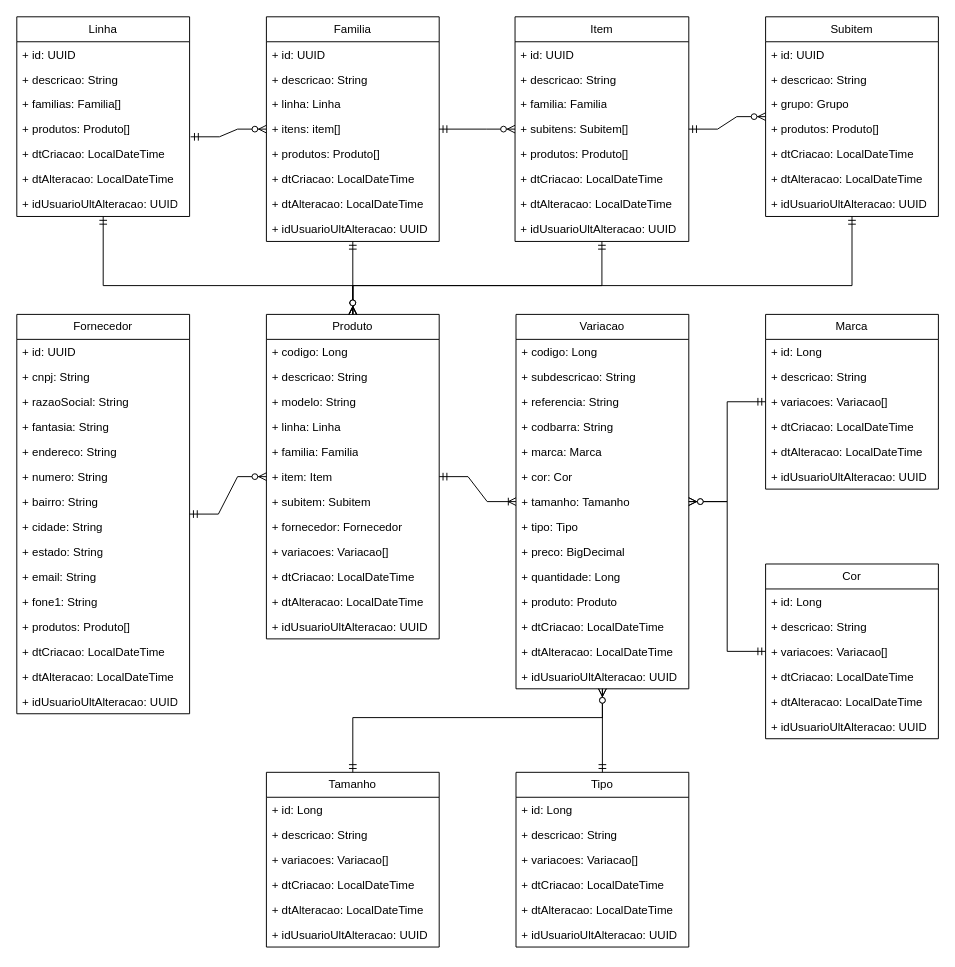
The draw.io diagram documentacao/diagramas/classe/produto/produto.drawio in augustocesarsousa/ecommerce, before the edit. Source tidied: cells renumbered, new cells numbered last; positions are measured from the earlier drawing's top-left corner, leaving out a move shared by most shapes. Both pictures are drawn from the tidied source at 96%, with x=0, y=0 at pixel (16, 16).
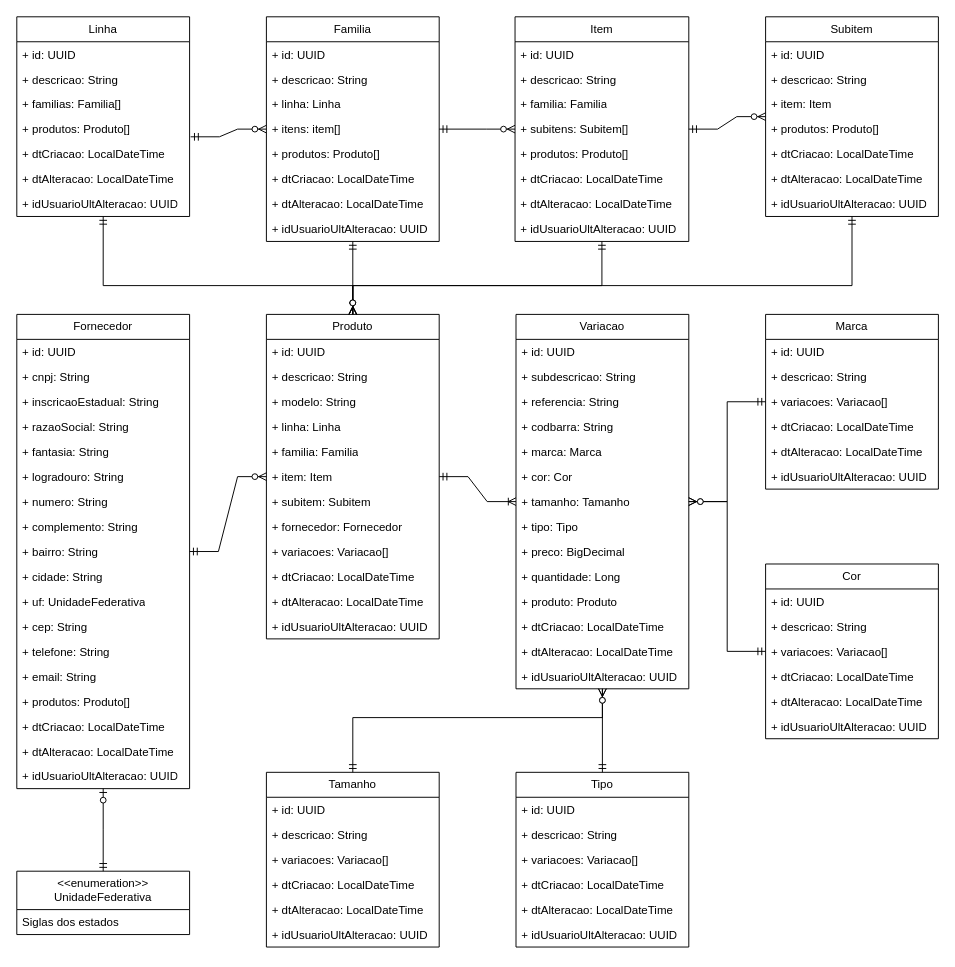
The same page after the edit.

Commit message (it also covers changes not shown here):
docs(ms-produto): adiciona diagrama de classe da classe produto

The change refers to these unchanged cells:
```xml
<mxCell id="28" value="Subitem" style="swimlane;fontStyle=0;horizontal=1;startSize=26;fillColor=none;whiteSpace=wrap;html=1;" parent="1" vertex="1">
  <mxGeometry x="780" width="180" height="208" as="geometry" />
</mxCell>
<mxCell id="36" value="Marca" style="swimlane;fontStyle=0;horizontal=1;startSize=26;fillColor=none;whiteSpace=wrap;html=1;" parent="1" vertex="1">
  <mxGeometry x="780" y="310" width="180" height="182" as="geometry" />
</mxCell>
<mxCell id="59" value="Cor" style="swimlane;fontStyle=0;horizontal=1;startSize=26;fillColor=none;whiteSpace=wrap;html=1;" parent="1" vertex="1">
  <mxGeometry x="780" y="570" width="180" height="182" as="geometry" />
</mxCell>
<mxCell id="66" value="Tamanho" style="swimlane;fontStyle=0;horizontal=1;startSize=26;fillColor=none;whiteSpace=wrap;html=1;" parent="1" vertex="1">
  <mxGeometry x="260" y="787" width="180" height="182" as="geometry" />
</mxCell>
<mxCell id="73" value="Produto" style="swimlane;fontStyle=0;horizontal=1;startSize=26;fillColor=none;whiteSpace=wrap;html=1;" parent="1" vertex="1">
  <mxGeometry x="260" y="310" width="180" height="338" as="geometry" />
</mxCell>
<mxCell id="86" value="Tipo" style="swimlane;fontStyle=0;horizontal=1;startSize=26;fillColor=none;whiteSpace=wrap;html=1;" parent="1" vertex="1">
  <mxGeometry x="520" y="787" width="180" height="182" as="geometry" />
</mxCell>
<mxCell id="93" value="Variacao" style="swimlane;fontStyle=0;horizontal=1;startSize=26;fillColor=none;whiteSpace=wrap;html=1;" parent="1" vertex="1">
  <mxGeometry x="520" y="310" width="180" height="390" as="geometry" />
</mxCell>
```

Change to the diagram source:
```diff
@@
-    <mxCell id="31" value="+ grupo: Grupo" style="text;strokeColor=none;fillColor=none;align=left;verticalAlign=top;spacingLeft=4;spacingRight=4;overflow=hidden;whiteSpace=wrap;html=1;" parent="28" vertex="1">
+    <mxCell id="31" value="+ item: Item" style="text;strokeColor=none;fillColor=none;align=left;verticalAlign=top;spacingLeft=4;spacingRight=4;overflow=hidden;whiteSpace=wrap;html=1;" parent="28" vertex="1">
       <mxGeometry y="78" width="180" height="26" as="geometry" />
     </mxCell>
@@
-    <mxCell id="37" value="+ id: Long" style="text;strokeColor=none;fillColor=none;align=left;verticalAlign=top;spacingLeft=4;spacingRight=4;overflow=hidden;whiteSpace=wrap;html=1;" parent="36" vertex="1">
+    <mxCell id="37" value="+ id: UUID" style="text;strokeColor=none;fillColor=none;align=left;verticalAlign=top;spacingLeft=4;spacingRight=4;overflow=hidden;whiteSpace=wrap;html=1;" parent="36" vertex="1">
       <mxGeometry y="26" width="180" height="26" as="geometry" />
     </mxCell>
@@
     <mxCell id="43" value="Fornecedor" style="swimlane;fontStyle=0;horizontal=1;startSize=26;fillColor=none;whiteSpace=wrap;html=1;" parent="1" vertex="1">
-      <mxGeometry y="310" width="180" height="416" as="geometry" />
+      <mxGeometry y="310" width="180" height="494" as="geometry" />
     </mxCell>
@@
+    <mxCell id="121" value="+ inscricaoEstadual: String" style="text;strokeColor=none;fillColor=none;align=left;verticalAlign=top;spacingLeft=4;spacingRight=4;overflow=hidden;whiteSpace=wrap;html=1;" parent="43" vertex="1">
+      <mxGeometry y="78" width="180" height="26" as="geometry" />
+    </mxCell>
     <mxCell id="46" value="+ razaoSocial: String" style="text;strokeColor=none;fillColor=none;align=left;verticalAlign=top;spacingLeft=4;spacingRight=4;overflow=hidden;whiteSpace=wrap;html=1;" parent="43" vertex="1">
-      <mxGeometry y="78" width="180" height="26" as="geometry" />
+      <mxGeometry y="104" width="180" height="26" as="geometry" />
     </mxCell>
     <mxCell id="47" value="+ fantasia: String" style="text;strokeColor=none;fillColor=none;align=left;verticalAlign=top;spacingLeft=4;spacingRight=4;overflow=hidden;whiteSpace=wrap;html=1;" parent="43" vertex="1">
-      <mxGeometry y="104" width="180" height="26" as="geometry" />
+      <mxGeometry y="130" width="180" height="26" as="geometry" />
     </mxCell>
-    <mxCell id="48" value="+ endereco: String" style="text;strokeColor=none;fillColor=none;align=left;verticalAlign=top;spacingLeft=4;spacingRight=4;overflow=hidden;whiteSpace=wrap;html=1;" parent="43" vertex="1">
-      <mxGeometry y="130" width="180" height="26" as="geometry" />
+    <mxCell id="48" value="+ logradouro: String" style="text;strokeColor=none;fillColor=none;align=left;verticalAlign=top;spacingLeft=4;spacingRight=4;overflow=hidden;whiteSpace=wrap;html=1;" parent="43" vertex="1">
+      <mxGeometry y="156" width="180" height="26" as="geometry" />
     </mxCell>
     <mxCell id="49" value="+ numero: String" style="text;strokeColor=none;fillColor=none;align=left;verticalAlign=top;spacingLeft=4;spacingRight=4;overflow=hidden;whiteSpace=wrap;html=1;" parent="43" vertex="1">
-      <mxGeometry y="156" width="180" height="26" as="geometry" />
+      <mxGeometry y="182" width="180" height="26" as="geometry" />
     </mxCell>
+    <mxCell id="122" value="+ complemento: String" style="text;strokeColor=none;fillColor=none;align=left;verticalAlign=top;spacingLeft=4;spacingRight=4;overflow=hidden;whiteSpace=wrap;html=1;" parent="43" vertex="1">
+      <mxGeometry y="208" width="180" height="26" as="geometry" />
+    </mxCell>
     <mxCell id="50" value="+ bairro: String" style="text;strokeColor=none;fillColor=none;align=left;verticalAlign=top;spacingLeft=4;spacingRight=4;overflow=hidden;whiteSpace=wrap;html=1;" parent="43" vertex="1">
-      <mxGeometry y="182" width="180" height="26" as="geometry" />
+      <mxGeometry y="234" width="180" height="26" as="geometry" />
     </mxCell>
     <mxCell id="51" value="+ cidade: String" style="text;strokeColor=none;fillColor=none;align=left;verticalAlign=top;spacingLeft=4;spacingRight=4;overflow=hidden;whiteSpace=wrap;html=1;" parent="43" vertex="1">
-      <mxGeometry y="208" width="180" height="26" as="geometry" />
+      <mxGeometry y="260" width="180" height="26" as="geometry" />
     </mxCell>
-    <mxCell id="52" value="+ estado: String" style="text;strokeColor=none;fillColor=none;align=left;verticalAlign=top;spacingLeft=4;spacingRight=4;overflow=hidden;whiteSpace=wrap;html=1;" parent="43" vertex="1">
-      <mxGeometry y="234" width="180" height="26" as="geometry" />
+    <mxCell id="52" value="+ uf: UnidadeFederativa" style="text;strokeColor=none;fillColor=none;align=left;verticalAlign=top;spacingLeft=4;spacingRight=4;overflow=hidden;whiteSpace=wrap;html=1;" parent="43" vertex="1">
+      <mxGeometry y="286" width="180" height="26" as="geometry" />
     </mxCell>
+    <mxCell id="123" value="+ cep: String" style="text;strokeColor=none;fillColor=none;align=left;verticalAlign=top;spacingLeft=4;spacingRight=4;overflow=hidden;whiteSpace=wrap;html=1;" parent="43" vertex="1">
+      <mxGeometry y="312" width="180" height="26" as="geometry" />
+    </mxCell>
+    <mxCell id="54" value="+ telefone: String" style="text;strokeColor=none;fillColor=none;align=left;verticalAlign=top;spacingLeft=4;spacingRight=4;overflow=hidden;whiteSpace=wrap;html=1;" parent="43" vertex="1">
+      <mxGeometry y="338" width="180" height="26" as="geometry" />
+    </mxCell>
     <mxCell id="53" value="+ email: String" style="text;strokeColor=none;fillColor=none;align=left;verticalAlign=top;spacingLeft=4;spacingRight=4;overflow=hidden;whiteSpace=wrap;html=1;" parent="43" vertex="1">
-      <mxGeometry y="260" width="180" height="26" as="geometry" />
+      <mxGeometry y="364" width="180" height="26" as="geometry" />
     </mxCell>
-    <mxCell id="54" value="+ fone1: String" style="text;strokeColor=none;fillColor=none;align=left;verticalAlign=top;spacingLeft=4;spacingRight=4;overflow=hidden;whiteSpace=wrap;html=1;" parent="43" vertex="1">
-      <mxGeometry y="286" width="180" height="26" as="geometry" />
-    </mxCell>
     <mxCell id="55" value="+ produtos: Produto[]" style="text;strokeColor=none;fillColor=none;align=left;verticalAlign=top;spacingLeft=4;spacingRight=4;overflow=hidden;whiteSpace=wrap;html=1;" parent="43" vertex="1">
-      <mxGeometry y="312" width="180" height="26" as="geometry" />
+      <mxGeometry y="390" width="180" height="26" as="geometry" />
     </mxCell>
     <mxCell id="56" value="+ dtCriacao: LocalDateTime" style="text;strokeColor=none;fillColor=none;align=left;verticalAlign=top;spacingLeft=4;spacingRight=4;overflow=hidden;whiteSpace=wrap;html=1;" parent="43" vertex="1">
-      <mxGeometry y="338" width="180" height="26" as="geometry" />
+      <mxGeometry y="416" width="180" height="26" as="geometry" />
     </mxCell>
     <mxCell id="57" value="+ dtAlteracao: LocalDateTime" style="text;strokeColor=none;fillColor=none;align=left;verticalAlign=top;spacingLeft=4;spacingRight=4;overflow=hidden;whiteSpace=wrap;html=1;" parent="43" vertex="1">
-      <mxGeometry y="364" width="180" height="26" as="geometry" />
+      <mxGeometry y="442" width="180" height="26" as="geometry" />
     </mxCell>
     <mxCell id="58" value="+ idUsuarioUltAlteracao: UUID" style="text;strokeColor=none;fillColor=none;align=left;verticalAlign=top;spacingLeft=4;spacingRight=4;overflow=hidden;whiteSpace=wrap;html=1;" parent="43" vertex="1">
-      <mxGeometry y="390" width="180" height="26" as="geometry" />
+      <mxGeometry y="468" width="180" height="26" as="geometry" />
     </mxCell>
@@
-    <mxCell id="60" value="+ id: Long" style="text;strokeColor=none;fillColor=none;align=left;verticalAlign=top;spacingLeft=4;spacingRight=4;overflow=hidden;whiteSpace=wrap;html=1;" parent="59" vertex="1">
+    <mxCell id="60" value="+ id: UUID" style="text;strokeColor=none;fillColor=none;align=left;verticalAlign=top;spacingLeft=4;spacingRight=4;overflow=hidden;whiteSpace=wrap;html=1;" parent="59" vertex="1">
       <mxGeometry y="26" width="180" height="26" as="geometry" />
     </mxCell>
@@
-    <mxCell id="67" value="+ id: Long" style="text;strokeColor=none;fillColor=none;align=left;verticalAlign=top;spacingLeft=4;spacingRight=4;overflow=hidden;whiteSpace=wrap;html=1;" parent="66" vertex="1">
+    <mxCell id="67" value="+ id: UUID" style="text;strokeColor=none;fillColor=none;align=left;verticalAlign=top;spacingLeft=4;spacingRight=4;overflow=hidden;whiteSpace=wrap;html=1;" parent="66" vertex="1">
       <mxGeometry y="26" width="180" height="26" as="geometry" />
     </mxCell>
@@
-    <mxCell id="74" value="+ codigo: Long" style="text;strokeColor=none;fillColor=none;align=left;verticalAlign=top;spacingLeft=4;spacingRight=4;overflow=hidden;whiteSpace=wrap;html=1;" parent="73" vertex="1">
+    <mxCell id="74" value="+ id: UUID" style="text;strokeColor=none;fillColor=none;align=left;verticalAlign=top;spacingLeft=4;spacingRight=4;overflow=hidden;whiteSpace=wrap;html=1;" parent="73" vertex="1">
       <mxGeometry y="26" width="180" height="26" as="geometry" />
     </mxCell>
@@
-    <mxCell id="87" value="+ id: Long" style="text;strokeColor=none;fillColor=none;align=left;verticalAlign=top;spacingLeft=4;spacingRight=4;overflow=hidden;whiteSpace=wrap;html=1;" parent="86" vertex="1">
+    <mxCell id="87" value="+ id: UUID" style="text;strokeColor=none;fillColor=none;align=left;verticalAlign=top;spacingLeft=4;spacingRight=4;overflow=hidden;whiteSpace=wrap;html=1;" parent="86" vertex="1">
       <mxGeometry y="26" width="180" height="26" as="geometry" />
     </mxCell>
@@
-    <mxCell id="94" value="+ codigo: Long" style="text;strokeColor=none;fillColor=none;align=left;verticalAlign=top;spacingLeft=4;spacingRight=4;overflow=hidden;whiteSpace=wrap;html=1;" parent="93" vertex="1">
+    <mxCell id="94" value="+ id: UUID" style="text;strokeColor=none;fillColor=none;align=left;verticalAlign=top;spacingLeft=4;spacingRight=4;overflow=hidden;whiteSpace=wrap;html=1;" parent="93" vertex="1">
       <mxGeometry y="26" width="180" height="26" as="geometry" />
     </mxCell>
@@
+    <mxCell id="124" value="&amp;lt;&amp;lt;enumeration&amp;gt;&amp;gt;&lt;br&gt;UnidadeFederativa" style="swimlane;fontStyle=0;horizontal=1;startSize=40;fillColor=none;whiteSpace=wrap;html=1;" parent="1" vertex="1">
+      <mxGeometry y="890" width="180" height="66" as="geometry" />
+    </mxCell>
+    <mxCell id="125" value="Siglas dos estados" style="text;strokeColor=none;fillColor=none;align=left;verticalAlign=top;spacingLeft=4;spacingRight=4;overflow=hidden;whiteSpace=wrap;html=1;" parent="124" vertex="1">
+      <mxGeometry y="40" width="180" height="26" as="geometry" />
+    </mxCell>
+    <mxCell id="126" style="edgeStyle=elbowEdgeStyle;fontSize=12;html=1;endArrow=ERzeroToOne;startArrow=ERmandOne;rounded=0;elbow=vertical;entryX=0.5;entryY=1;entryDx=0;entryDy=0;exitX=0.5;exitY=0;exitDx=0;exitDy=0;" parent="1" edge="1" source="124" target="43">
+      <mxGeometry relative="1" as="geometry" />
+    </mxCell>
```
